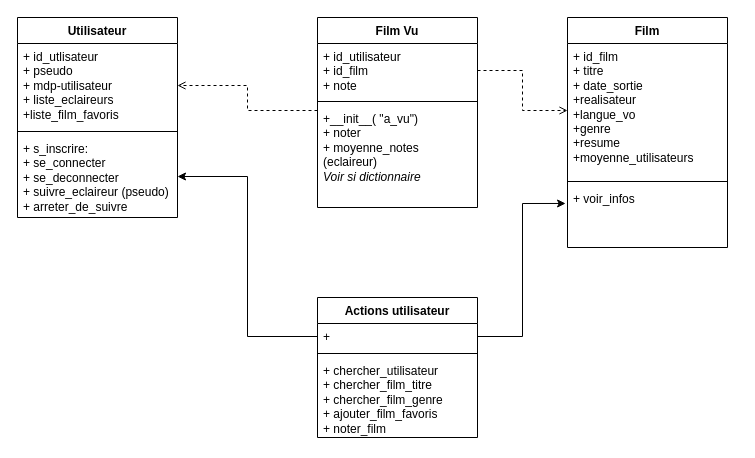
This is doc/Diagramme de classes - Projet info .drawio from leolrl/Projet2A, a draw.io file, before an edit. Source tidied: cells renumbered, new cells numbered last; positions are measured from the earlier drawing's top-left corner, leaving out a move shared by most shapes. Both pictures are drawn from the tidied source at 100%, with x=0, y=0 at pixel (17, 17).
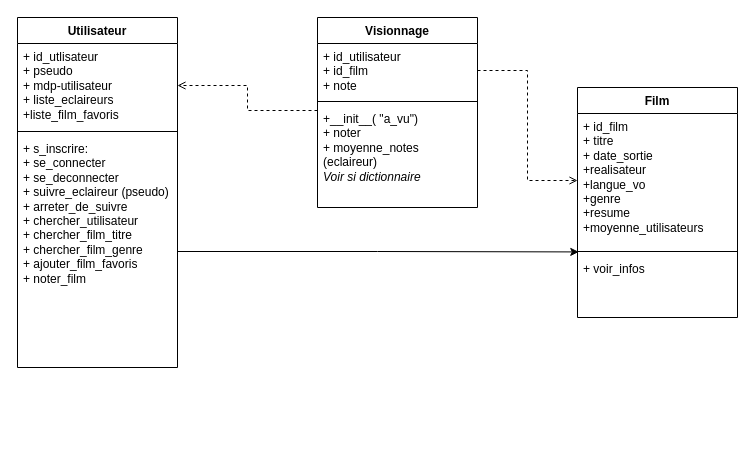
Above is the later version.

Commit message:
Mettre à jour Diagramme de classes - Projet info .drawio

Unchanged cells that the change refers to:
```xml
<mxCell id="7" value="+ id_film&lt;div&gt;+ titre&lt;br&gt;&lt;div&gt;+ date_sortie&lt;/div&gt;&lt;div&gt;+realisateur&lt;/div&gt;&lt;div&gt;+langue_vo&lt;/div&gt;&lt;div&gt;+genre&lt;/div&gt;&lt;div&gt;+resume&lt;/div&gt;&lt;div&gt;+moyenne_utilisateurs&amp;nbsp;&lt;/div&gt;&lt;/div&gt;" style="text;strokeColor=none;fillColor=none;align=left;verticalAlign=top;spacingLeft=4;spacingRight=4;overflow=hidden;points=[[0,0.5],[1,0.5]];portConstraint=eastwest;whiteSpace=wrap;html=1;" parent="6" vertex="1">
  <mxGeometry y="26" width="160" height="134" as="geometry" />
</mxCell>
<mxCell id="9" value="&lt;div&gt;+ voir_infos&lt;/div&gt;&lt;div&gt;&lt;br&gt;&lt;/div&gt;" style="text;strokeColor=none;fillColor=none;align=left;verticalAlign=top;spacingLeft=4;spacingRight=4;overflow=hidden;points=[[0,0.5],[1,0.5]];portConstraint=eastwest;whiteSpace=wrap;html=1;" parent="6" vertex="1">
  <mxGeometry y="168" width="160" height="62" as="geometry" />
</mxCell>
```

Diff of the diagram source:
```diff
@@
     <mxCell id="2" value="Utilisateur" style="swimlane;fontStyle=1;align=center;verticalAlign=top;horizontal=1;startSize=26;whiteSpace=wrap;html=1;" parent="1" vertex="1">
-      <mxGeometry width="160" height="200" as="geometry" />
+      <mxGeometry width="160" height="350" as="geometry" />
     </mxCell>
@@
-    <mxCell id="5" value="+ s_inscrire:&lt;div&gt;+ se_connecter&lt;/div&gt;&lt;div&gt;+ se_deconnecter&lt;/div&gt;&lt;div&gt;+ suivre_eclaireur (pseudo)&lt;/div&gt;&lt;div&gt;+ arreter_de_suivre&lt;/div&gt;" style="text;strokeColor=none;fillColor=none;align=left;verticalAlign=top;spacingLeft=4;spacingRight=4;overflow=hidden;points=[[0,0.5],[1,0.5]];portConstraint=eastwest;whiteSpace=wrap;html=1;" parent="2" vertex="1">
-      <mxGeometry y="118" width="160" height="82" as="geometry" />
+    <mxCell id="5" value="+ s_inscrire:&lt;div&gt;+ se_connecter&lt;/div&gt;&lt;div&gt;+ se_deconnecter&lt;/div&gt;&lt;div&gt;+ suivre_eclaireur (pseudo)&lt;/div&gt;&lt;div&gt;+ arreter_de_suivre&lt;/div&gt;&lt;div&gt;+ chercher_utilisateur&lt;div&gt;+ chercher_film_titre&lt;/div&gt;&lt;div&gt;+ chercher_film_genre&lt;/div&gt;&lt;div&gt;+ ajouter_film_favoris&lt;/div&gt;&lt;div&gt;+ noter_film&lt;/div&gt;&lt;/div&gt;" style="text;strokeColor=none;fillColor=none;align=left;verticalAlign=top;spacingLeft=4;spacingRight=4;overflow=hidden;points=[[0,0.5],[1,0.5]];portConstraint=eastwest;whiteSpace=wrap;html=1;" parent="2" vertex="1">
+      <mxGeometry y="118" width="160" height="232" as="geometry" />
     </mxCell>
     <mxCell id="6" value="Film" style="swimlane;fontStyle=1;align=center;verticalAlign=top;horizontal=1;startSize=26;whiteSpace=wrap;html=1;" parent="1" vertex="1">
-      <mxGeometry x="550" width="160" height="230" as="geometry" />
+      <mxGeometry x="560" y="70" width="160" height="230" as="geometry" />
     </mxCell>
@@
-    <mxCell id="10" value="Film Vu" style="swimlane;fontStyle=1;align=center;verticalAlign=top;horizontal=1;startSize=26;whiteSpace=wrap;html=1;" parent="1" vertex="1">
+    <mxCell id="10" value="Visionnage" style="swimlane;fontStyle=1;align=center;verticalAlign=top;horizontal=1;startSize=26;whiteSpace=wrap;html=1;" parent="1" vertex="1">
       <mxGeometry x="300" width="160" height="190" as="geometry" />
     </mxCell>
@@
-    <mxCell id="14" value="Actions utilisateur" style="swimlane;fontStyle=1;align=center;verticalAlign=top;horizontal=1;startSize=26;whiteSpace=wrap;html=1;" parent="1" vertex="1">
-      <mxGeometry x="300" y="280" width="160" height="140" as="geometry" />
-    </mxCell>
-    <mxCell id="15" value="+&amp;nbsp;" style="text;strokeColor=none;fillColor=none;align=left;verticalAlign=top;spacingLeft=4;spacingRight=4;overflow=hidden;points=[[0,0.5],[1,0.5]];portConstraint=eastwest;whiteSpace=wrap;html=1;" parent="14" vertex="1">
-      <mxGeometry y="26" width="160" height="26" as="geometry" />
-    </mxCell>
-    <mxCell id="16" style="line;strokeWidth=1;fillColor=none;align=left;verticalAlign=middle;spacingTop=-1;spacingLeft=3;spacingRight=3;labelPosition=right;strokeColor=inherit;" parent="14" vertex="1">
-      <mxGeometry y="52" width="160" height="8" as="geometry" />
-    </mxCell>
-    <mxCell id="17" value="+ chercher_utilisateur&lt;div&gt;+ chercher_film_titre&lt;/div&gt;&lt;div&gt;+ chercher_film_genre&lt;/div&gt;&lt;div&gt;+ ajouter_film_favoris&lt;/div&gt;&lt;div&gt;+ noter_film&lt;/div&gt;" style="text;strokeColor=none;fillColor=none;align=left;verticalAlign=top;spacingLeft=4;spacingRight=4;overflow=hidden;whiteSpace=wrap;html=1;" parent="14" vertex="1">
-      <mxGeometry y="60" width="160" height="80" as="geometry" />
-    </mxCell>
@@
-    <mxCell id="20" style="edgeStyle=orthogonalEdgeStyle;rounded=0;jettySize=auto;html=1;exitX=0;exitY=0.5;exitDx=0;exitDy=0;entryX=1;entryY=0.5;entryDx=0;entryDy=0;" parent="1" edge="1" source="15" target="5">
-      <mxGeometry relative="1" as="geometry" />
-    </mxCell>
-    <mxCell id="21" style="edgeStyle=orthogonalEdgeStyle;rounded=0;jettySize=auto;html=1;exitX=1;exitY=0.5;exitDx=0;exitDy=0;entryX=-0.012;entryY=0.29;entryDx=0;entryDy=0;entryPerimeter=0;" parent="1" edge="1" source="15" target="9">
-      <mxGeometry relative="1" as="geometry" />
-    </mxCell>
+    <mxCell id="22" style="edgeStyle=orthogonalEdgeStyle;rounded=0;jettySize=auto;html=1;exitX=1;exitY=0.5;exitDx=0;exitDy=0;entryX=0.008;entryY=1.033;entryDx=0;entryDy=0;entryPerimeter=0;" parent="1" edge="1" source="5" target="7">
+      <mxGeometry relative="1" as="geometry" />
+    </mxCell>
```
